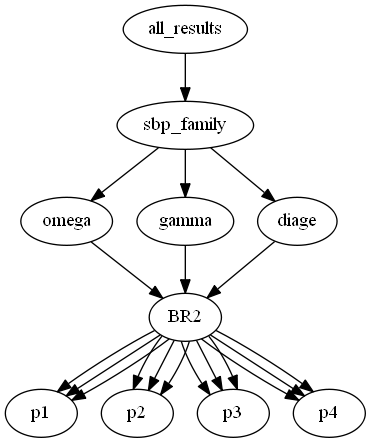
zolargwrk/PySBP keeps this Graphviz diagram as visual/all_results_2d.dot.png. Above is the earlier version. Its source is kept beside it as visual/all_results_2d.dot.
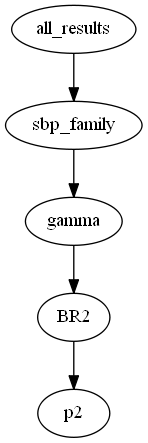
Later version of the same file.

Change to the diagram source:
```diff
@@ -1,41 +1,11 @@
 digraph tree {
     "all_results";
     "sbp_family";
-    "omega";
-    "BR2";
-    "p1";
-    "p2";
-    "p3";
-    "p4";
     "gamma";
     "BR2";
-    "p1";
     "p2";
-    "p3";
-    "p4";
-    "diage";
-    "BR2";
-    "p1";
-    "p2";
-    "p3";
-    "p4";
     "all_results" -> "sbp_family";
-    "sbp_family" -> "omega";
     "sbp_family" -> "gamma";
-    "sbp_family" -> "diage";
-    "omega" -> "BR2";
-    "BR2" -> "p1";
+    "gamma" -> "BR2";
     "BR2" -> "p2";
-    "BR2" -> "p3";
-    "BR2" -> "p4";
-    "gamma" -> "BR2";
-    "BR2" -> "p1";
-    "BR2" -> "p2";
-    "BR2" -> "p3";
-    "BR2" -> "p4";
-    "diage" -> "BR2";
-    "BR2" -> "p1";
-    "BR2" -> "p2";
-    "BR2" -> "p3";
-    "BR2" -> "p4";
 }
```
